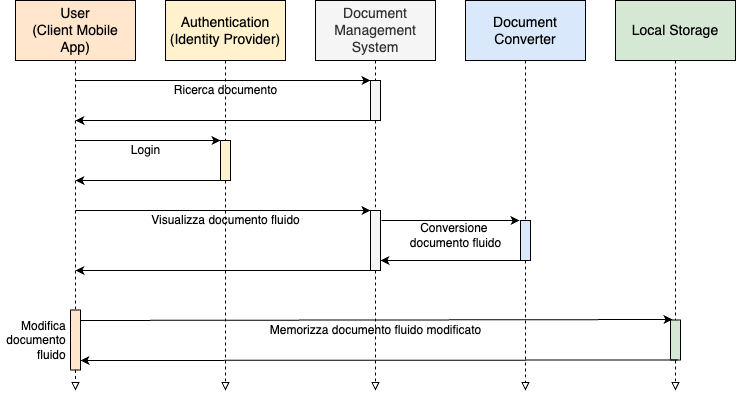
The draw.io diagram img/tesi-2-Use-case2.drawio.png in paganellif/tesi-paganelli, before a commit. Source tidied: cells renumbered, new cells last; positions are measured from the earlier drawing's top-left corner, leaving out a move shared by most shapes.
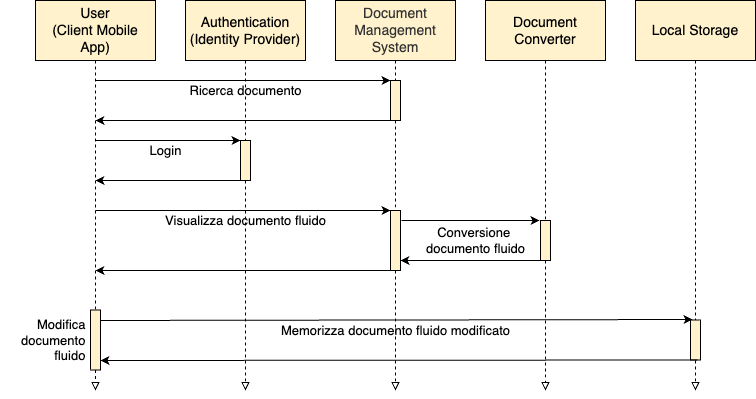
Later version of the same file.

What changed in the source:
```diff
@@ -2,22 +2,22 @@
   <root>
     <mxCell id="0" />
     <mxCell id="1" parent="0" />
-    <mxCell id="2" style="edgeStyle=none;rounded=0;jettySize=auto;html=1;endArrow=block;endFill=0;dashed=1;strokeWidth=1;startArrow=none;strokeColor=#000000;" parent="1" edge="1" source="31">
+    <mxCell id="2" style="edgeStyle=none;rounded=0;jettySize=auto;html=1;endArrow=block;endFill=0;dashed=1;strokeWidth=1;startArrow=none;strokeColor=#000000;fontSize=13;" parent="1" edge="1" source="31">
       <mxGeometry relative="1" as="geometry">
         <mxPoint x="75" y="390" as="targetPoint" />
       </mxGeometry>
     </mxCell>
-    <mxCell id="3" style="edgeStyle=none;rounded=0;jettySize=auto;html=1;endArrow=block;endFill=0;dashed=1;strokeWidth=1;exitX=0.5;exitY=1;exitDx=0;exitDy=0;startArrow=none;strokeColor=#000000;" parent="1" edge="1" source="7">
+    <mxCell id="3" style="edgeStyle=none;rounded=0;jettySize=auto;html=1;endArrow=block;endFill=0;dashed=1;strokeWidth=1;exitX=0.5;exitY=1;exitDx=0;exitDy=0;startArrow=none;strokeColor=#000000;fontSize=13;" parent="1" edge="1" source="7">
       <mxGeometry relative="1" as="geometry">
         <mxPoint x="225" y="390" as="targetPoint" />
       </mxGeometry>
     </mxCell>
-    <mxCell id="4" style="edgeStyle=none;rounded=0;jettySize=auto;html=1;endArrow=block;endFill=0;dashed=1;strokeWidth=1;exitX=0.5;exitY=1;exitDx=0;exitDy=0;startArrow=none;" parent="1" edge="1" source="12">
+    <mxCell id="4" style="edgeStyle=none;rounded=0;jettySize=auto;html=1;endArrow=block;endFill=0;dashed=1;strokeWidth=1;exitX=0.5;exitY=1;exitDx=0;exitDy=0;startArrow=none;fontSize=13;" parent="1" edge="1" source="12">
       <mxGeometry relative="1" as="geometry">
         <mxPoint x="375" y="390" as="targetPoint" />
       </mxGeometry>
     </mxCell>
-    <mxCell id="5" style="edgeStyle=none;rounded=0;jettySize=auto;html=1;endArrow=block;endFill=0;dashed=1;strokeWidth=1;exitX=0.5;exitY=1;exitDx=0;exitDy=0;startArrow=none;strokeColor=#000000;" parent="1" edge="1" source="17">
+    <mxCell id="5" style="edgeStyle=none;rounded=0;jettySize=auto;html=1;endArrow=block;endFill=0;dashed=1;strokeWidth=1;exitX=0.5;exitY=1;exitDx=0;exitDy=0;startArrow=none;strokeColor=#000000;fontSize=13;" parent="1" edge="1" source="17">
       <mxGeometry relative="1" as="geometry">
         <mxPoint x="525" y="390" as="targetPoint" />
       </mxGeometry>
@@ -28,79 +28,79 @@
         <mxPoint x="675" y="390" as="targetPoint" />
       </mxGeometry>
     </mxCell>
-    <mxCell id="7" style="rounded=0;whiteSpace=wrap;html=1;fillColor=#fff2cc;strokeColor=#000000;" parent="1" vertex="1">
+    <mxCell id="7" style="rounded=0;whiteSpace=wrap;html=1;fillColor=#fff2cc;strokeColor=#000000;fontSize=13;" parent="1" vertex="1">
       <mxGeometry x="220" y="140" width="10" height="40" as="geometry" />
     </mxCell>
-    <mxCell id="8" style="edgeStyle=none;rounded=0;jettySize=auto;html=1;endArrow=none;endFill=0;dashed=1;strokeWidth=1;exitX=0.5;exitY=1;exitDx=0;exitDy=0;" parent="1" edge="1" target="7">
+    <mxCell id="8" style="edgeStyle=none;rounded=0;jettySize=auto;html=1;endArrow=none;endFill=0;dashed=1;strokeWidth=1;exitX=0.5;exitY=1;exitDx=0;exitDy=0;fontSize=13;" parent="1" edge="1" target="7">
       <mxGeometry relative="1" as="geometry">
         <mxPoint x="225" y="60" as="sourcePoint" />
       </mxGeometry>
     </mxCell>
-    <mxCell id="9" style="endArrow=classic;html=1;rounded=0;strokeWidth=1;strokeColor=#000000;" parent="1" edge="1">
+    <mxCell id="9" style="endArrow=classic;html=1;rounded=0;strokeWidth=1;strokeColor=#000000;fontSize=13;" parent="1" edge="1">
       <mxGeometry relative="1" as="geometry">
         <mxPoint x="75" y="140" as="sourcePoint" />
         <mxPoint x="220" y="140" as="targetPoint" />
       </mxGeometry>
     </mxCell>
-    <mxCell id="10" style="endArrow=none;html=1;rounded=0;strokeWidth=1;startArrow=classic;startFill=1;endFill=0;strokeColor=#000000;" parent="1" edge="1">
+    <mxCell id="10" style="endArrow=none;html=1;rounded=0;strokeWidth=1;startArrow=classic;startFill=1;endFill=0;strokeColor=#000000;fontSize=13;" parent="1" edge="1">
       <mxGeometry relative="1" as="geometry">
         <mxPoint x="75" y="180" as="sourcePoint" />
         <mxPoint x="220" y="180" as="targetPoint" />
       </mxGeometry>
     </mxCell>
-    <mxCell id="11" value="Login" style="text;html=1;align=center;verticalAlign=middle;strokeColor=none;fillColor=none;" parent="1" vertex="1">
-      <mxGeometry x="125" y="140" width="40" height="20" as="geometry" />
+    <mxCell id="11" value="Login" style="text;html=1;align=center;verticalAlign=middle;strokeColor=none;fillColor=none;fontSize=13;" parent="1" vertex="1">
+      <mxGeometry x="115" y="135" width="60" height="30" as="geometry" />
     </mxCell>
-    <mxCell id="12" style="rounded=0;whiteSpace=wrap;html=1;fillColor=#f5f5f5;fontColor=#333333;strokeColor=#000000;" parent="1" vertex="1">
+    <mxCell id="12" style="rounded=0;whiteSpace=wrap;html=1;fillColor=#FFF2CC;fontColor=#333333;strokeColor=#000000;fontSize=13;" parent="1" vertex="1">
       <mxGeometry x="370" y="210" width="10" height="60" as="geometry" />
     </mxCell>
-    <mxCell id="13" style="edgeStyle=none;rounded=0;jettySize=auto;html=1;endArrow=none;endFill=0;dashed=1;strokeWidth=1;exitX=0.5;exitY=1;exitDx=0;exitDy=0;" parent="1" edge="1" target="12">
+    <mxCell id="13" style="edgeStyle=none;rounded=0;jettySize=auto;html=1;endArrow=none;endFill=0;dashed=1;strokeWidth=1;exitX=0.5;exitY=1;exitDx=0;exitDy=0;fontSize=13;" parent="1" edge="1" target="12">
       <mxGeometry relative="1" as="geometry">
         <mxPoint x="375" y="60" as="sourcePoint" />
       </mxGeometry>
     </mxCell>
-    <mxCell id="14" style="endArrow=none;html=1;rounded=0;strokeWidth=1;startArrow=classic;startFill=1;endFill=0;" parent="1" edge="1">
+    <mxCell id="14" style="endArrow=none;html=1;rounded=0;strokeWidth=1;startArrow=classic;startFill=1;endFill=0;fontSize=13;" parent="1" edge="1">
       <mxGeometry relative="1" as="geometry">
         <mxPoint x="370" y="210" as="sourcePoint" />
         <mxPoint x="75" y="210" as="targetPoint" />
       </mxGeometry>
     </mxCell>
-    <mxCell id="15" style="endArrow=none;html=1;rounded=0;strokeWidth=1;startArrow=classic;startFill=1;endFill=0;" parent="1" edge="1">
+    <mxCell id="15" style="endArrow=none;html=1;rounded=0;strokeWidth=1;startArrow=classic;startFill=1;endFill=0;fontSize=13;" parent="1" edge="1">
       <mxGeometry relative="1" as="geometry">
         <mxPoint x="75" y="270" as="sourcePoint" />
         <mxPoint x="370" y="270" as="targetPoint" />
       </mxGeometry>
     </mxCell>
-    <mxCell id="16" value="Visualizza documento fluido" style="text;html=1;align=center;verticalAlign=middle;strokeColor=none;fillColor=none;" parent="1" vertex="1">
-      <mxGeometry x="145" y="210" width="160" height="20" as="geometry" />
+    <mxCell id="16" value="Visualizza documento fluido" style="text;html=1;align=center;verticalAlign=middle;strokeColor=none;fillColor=none;fontSize=13;" parent="1" vertex="1">
+      <mxGeometry x="135" y="205" width="180" height="30" as="geometry" />
     </mxCell>
-    <mxCell id="17" style="rounded=0;whiteSpace=wrap;html=1;fillColor=#dae8fc;strokeColor=#000000;" parent="1" vertex="1">
+    <mxCell id="17" style="rounded=0;whiteSpace=wrap;html=1;fillColor=#FFF2CC;strokeColor=#000000;fontSize=13;" parent="1" vertex="1">
       <mxGeometry x="520" y="220" width="10" height="40" as="geometry" />
     </mxCell>
-    <mxCell id="18" style="edgeStyle=none;rounded=0;jettySize=auto;html=1;endArrow=none;endFill=0;dashed=1;strokeWidth=1;exitX=0.5;exitY=1;exitDx=0;exitDy=0;" parent="1" edge="1" target="17">
+    <mxCell id="18" style="edgeStyle=none;rounded=0;jettySize=auto;html=1;endArrow=none;endFill=0;dashed=1;strokeWidth=1;exitX=0.5;exitY=1;exitDx=0;exitDy=0;fontSize=13;" parent="1" edge="1" target="17">
       <mxGeometry relative="1" as="geometry">
         <mxPoint x="525" y="60" as="sourcePoint" />
       </mxGeometry>
     </mxCell>
-    <mxCell id="19" style="endArrow=none;html=1;rounded=0;strokeWidth=1;startArrow=classic;startFill=1;endFill=0;" parent="1" edge="1">
+    <mxCell id="19" style="endArrow=none;html=1;rounded=0;strokeWidth=1;startArrow=classic;startFill=1;endFill=0;fontSize=13;" parent="1" edge="1">
       <mxGeometry relative="1" as="geometry">
         <mxPoint x="380" y="260" as="sourcePoint" />
         <mxPoint x="525" y="260" as="targetPoint" />
       </mxGeometry>
     </mxCell>
-    <mxCell id="20" style="endArrow=none;html=1;rounded=0;strokeWidth=1;startArrow=classic;startFill=1;endFill=0;" parent="1" edge="1">
+    <mxCell id="20" style="endArrow=none;html=1;rounded=0;strokeWidth=1;startArrow=classic;startFill=1;endFill=0;fontSize=13;" parent="1" edge="1">
       <mxGeometry relative="1" as="geometry">
         <mxPoint x="519" y="220" as="sourcePoint" />
         <mxPoint x="381" y="220" as="targetPoint" />
       </mxGeometry>
     </mxCell>
-    <mxCell id="21" value="Conversione &lt;br&gt;documento fluido" style="text;html=1;align=center;verticalAlign=middle;strokeColor=none;fillColor=none;" parent="1" vertex="1">
-      <mxGeometry x="400" y="220" width="110" height="30" as="geometry" />
+    <mxCell id="21" value="Conversione &lt;br style=&quot;font-size: 13px;&quot;&gt;documento fluido" style="text;html=1;align=center;verticalAlign=middle;strokeColor=none;fillColor=none;fontSize=13;" parent="1" vertex="1">
+      <mxGeometry x="395" y="220" width="120" height="40" as="geometry" />
     </mxCell>
-    <mxCell id="22" value="Modifica &lt;br&gt;documento &lt;br&gt;&lt;div style=&quot;&quot;&gt;&lt;span style=&quot;background-color: initial;&quot;&gt;fluido&amp;nbsp;&lt;/span&gt;&lt;/div&gt;" style="text;html=1;align=right;verticalAlign=middle;strokeColor=none;fillColor=none;" parent="1" vertex="1">
-      <mxGeometry y="314.5" width="70" height="50" as="geometry" />
+    <mxCell id="22" value="Modifica &lt;br style=&quot;font-size: 13px;&quot;&gt;documento &lt;br style=&quot;font-size: 13px;&quot;&gt;&lt;div style=&quot;font-size: 13px;&quot;&gt;&lt;span style=&quot;background-color: initial; font-size: 13px;&quot;&gt;fluido&amp;nbsp;&lt;/span&gt;&lt;/div&gt;" style="text;html=1;align=right;verticalAlign=middle;strokeColor=none;fillColor=none;fontSize=13;" parent="1" vertex="1">
+      <mxGeometry x="-20" y="309.5" width="90" height="60" as="geometry" />
     </mxCell>
-    <mxCell id="23" style="rounded=0;whiteSpace=wrap;html=1;fillColor=#d5e8d4;strokeColor=#000000;" parent="1" vertex="1">
+    <mxCell id="23" style="rounded=0;whiteSpace=wrap;html=1;fillColor=#FFF2CC;strokeColor=#000000;" parent="1" vertex="1">
       <mxGeometry x="670" y="319.5" width="10" height="40" as="geometry" />
     </mxCell>
     <mxCell id="24" style="endArrow=none;html=1;rounded=0;strokeWidth=1;startArrow=classic;startFill=1;endFill=0;" parent="1" edge="1">
@@ -115,48 +115,48 @@
         <mxPoint x="75" y="320" as="targetPoint" />
       </mxGeometry>
     </mxCell>
-    <mxCell id="26" value="Memorizza documento fluido modificato" style="text;html=1;align=center;verticalAlign=middle;strokeColor=none;fillColor=none;" parent="1" vertex="1">
-      <mxGeometry x="260" y="319.5" width="230" height="20" as="geometry" />
+    <mxCell id="26" value="Memorizza documento fluido modificato" style="text;html=1;align=center;verticalAlign=middle;strokeColor=none;fillColor=none;fontSize=13;" parent="1" vertex="1">
+      <mxGeometry x="250" y="314.5" width="250" height="30" as="geometry" />
     </mxCell>
-    <mxCell id="27" style="rounded=0;whiteSpace=wrap;html=1;fillColor=#f5f5f5;fontColor=#333333;strokeColor=#000000;" parent="1" vertex="1">
+    <mxCell id="27" style="rounded=0;whiteSpace=wrap;html=1;fillColor=#FFF2CC;fontColor=#333333;strokeColor=#000000;fontSize=13;" parent="1" vertex="1">
       <mxGeometry x="370" y="80" width="10" height="40" as="geometry" />
     </mxCell>
-    <mxCell id="28" style="endArrow=none;html=1;rounded=0;strokeWidth=1;startArrow=classic;startFill=1;endFill=0;strokeColor=#000000;" parent="1" edge="1">
+    <mxCell id="28" style="endArrow=none;html=1;rounded=0;strokeWidth=1;startArrow=classic;startFill=1;endFill=0;strokeColor=#000000;fontSize=13;" parent="1" edge="1">
       <mxGeometry relative="1" as="geometry">
         <mxPoint x="370" y="80" as="sourcePoint" />
         <mxPoint x="75" y="80" as="targetPoint" />
       </mxGeometry>
     </mxCell>
-    <mxCell id="29" style="endArrow=none;html=1;rounded=0;strokeWidth=1;startArrow=classic;startFill=1;endFill=0;" parent="1" edge="1">
+    <mxCell id="29" style="endArrow=none;html=1;rounded=0;strokeWidth=1;startArrow=classic;startFill=1;endFill=0;fontSize=13;" parent="1" edge="1">
       <mxGeometry relative="1" as="geometry">
         <mxPoint x="75" y="120" as="sourcePoint" />
         <mxPoint x="370" y="120" as="targetPoint" />
       </mxGeometry>
     </mxCell>
-    <mxCell id="30" value="Ricerca documento" style="text;html=1;align=center;verticalAlign=middle;strokeColor=none;fillColor=none;" parent="1" vertex="1">
-      <mxGeometry x="165" y="80" width="120" height="20" as="geometry" />
+    <mxCell id="30" value="Ricerca documento" style="text;html=1;align=center;verticalAlign=middle;strokeColor=none;fillColor=none;fontSize=13;" parent="1" vertex="1">
+      <mxGeometry x="155" y="75" width="140" height="30" as="geometry" />
     </mxCell>
-    <mxCell id="31" style="rounded=0;whiteSpace=wrap;html=1;fillColor=#ffe6cc;strokeColor=#000000;" parent="1" vertex="1">
+    <mxCell id="31" style="rounded=0;whiteSpace=wrap;html=1;fillColor=#FFF2CC;strokeColor=#000000;fontSize=13;" parent="1" vertex="1">
       <mxGeometry x="70" y="309.5" width="10" height="60" as="geometry" />
     </mxCell>
-    <mxCell id="32" style="edgeStyle=none;rounded=0;jettySize=auto;html=1;endArrow=none;endFill=0;dashed=1;strokeWidth=1;" parent="1" edge="1" target="31">
+    <mxCell id="32" style="edgeStyle=none;rounded=0;jettySize=auto;html=1;endArrow=none;endFill=0;dashed=1;strokeWidth=1;fontSize=13;" parent="1" edge="1" target="31">
       <mxGeometry relative="1" as="geometry">
         <mxPoint x="75" y="60" as="sourcePoint" />
       </mxGeometry>
     </mxCell>
-    <mxCell id="33" value="User&lt;br style=&quot;font-size: 14px;&quot;&gt;(Client Mobile App)" style="rounded=0;whiteSpace=wrap;html=1;fontSize=14;strokeColor=#000000;fillColor=#ffe6cc;" parent="1" vertex="1">
+    <mxCell id="33" value="User&lt;br style=&quot;font-size: 14px;&quot;&gt;(Client Mobile App)" style="rounded=0;whiteSpace=wrap;html=1;fontSize=14;strokeColor=#000000;fillColor=#FFF2CC;" parent="1" vertex="1">
       <mxGeometry x="15" width="120" height="60" as="geometry" />
     </mxCell>
     <mxCell id="34" value="Authentication&lt;br style=&quot;font-size: 14px;&quot;&gt;(Identity Provider)" style="rounded=0;whiteSpace=wrap;html=1;fontSize=14;strokeColor=#000000;fillColor=#fff2cc;" parent="1" vertex="1">
       <mxGeometry x="165" width="120" height="60" as="geometry" />
     </mxCell>
-    <mxCell id="35" value="Document Management&lt;br style=&quot;font-size: 14px;&quot;&gt;System" style="rounded=0;whiteSpace=wrap;html=1;fontSize=14;strokeColor=#000000;fillColor=#f5f5f5;fontColor=#333333;" parent="1" vertex="1">
+    <mxCell id="35" value="Document Management&lt;br style=&quot;font-size: 14px;&quot;&gt;System" style="rounded=0;whiteSpace=wrap;html=1;fontSize=14;strokeColor=#000000;fillColor=#FFF2CC;fontColor=#333333;" parent="1" vertex="1">
       <mxGeometry x="315" width="120" height="60" as="geometry" />
     </mxCell>
-    <mxCell id="36" value="Document&lt;br style=&quot;font-size: 14px;&quot;&gt;Converter" style="rounded=0;whiteSpace=wrap;html=1;fontSize=14;strokeColor=#000000;fillColor=#dae8fc;" parent="1" vertex="1">
+    <mxCell id="36" value="Document&lt;br style=&quot;font-size: 14px;&quot;&gt;Converter" style="rounded=0;whiteSpace=wrap;html=1;fontSize=14;strokeColor=#000000;fillColor=#FFF2CC;" parent="1" vertex="1">
       <mxGeometry x="465" width="120" height="60" as="geometry" />
     </mxCell>
-    <mxCell id="37" value="Local Storage" style="rounded=0;whiteSpace=wrap;html=1;fontSize=14;strokeColor=#000000;fillColor=#d5e8d4;" parent="1" vertex="1">
+    <mxCell id="37" value="Local Storage" style="rounded=0;whiteSpace=wrap;html=1;fontSize=14;strokeColor=#000000;fillColor=#FFF2CC;" parent="1" vertex="1">
       <mxGeometry x="615" width="120" height="60" as="geometry" />
     </mxCell>
   </root>
```
